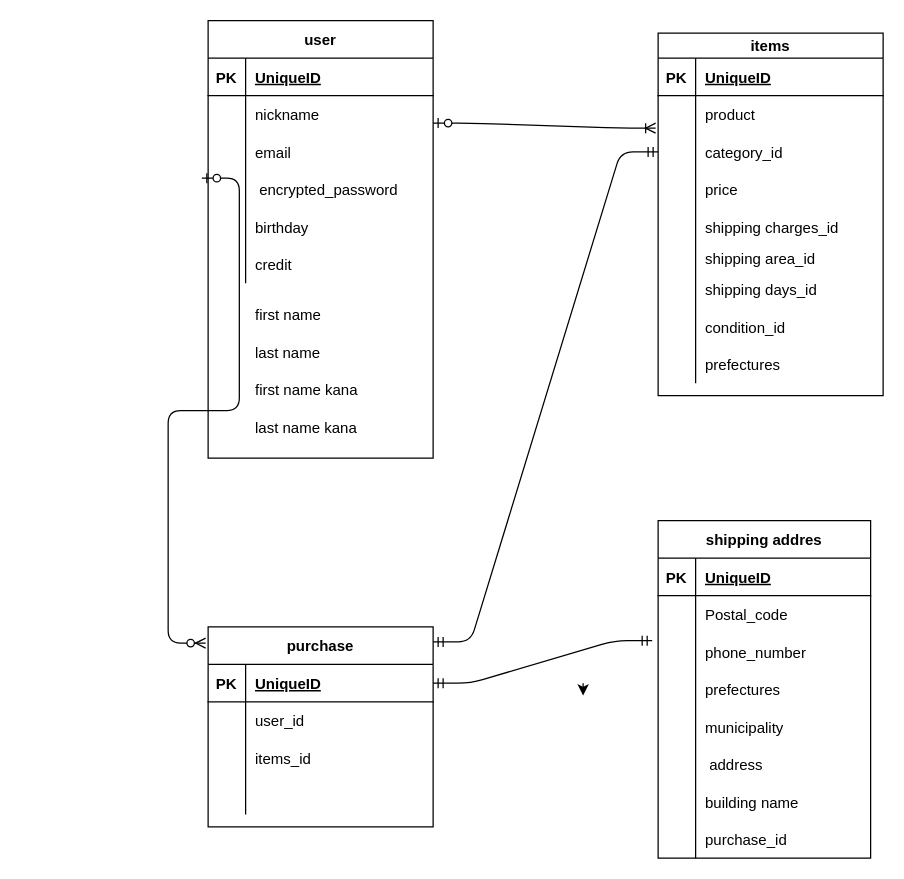
nakayamagenta/furima-35055 keeps this draw.io diagram as test.dio. Above is the earlier version. Source tidied: cells renumbered, new cells numbered last; positions are measured from the earlier drawing's top-left corner, leaving out a move shared by most shapes. Both pictures are drawn from the tidied source at 125%, with x=0, y=0 at pixel (20, 20).
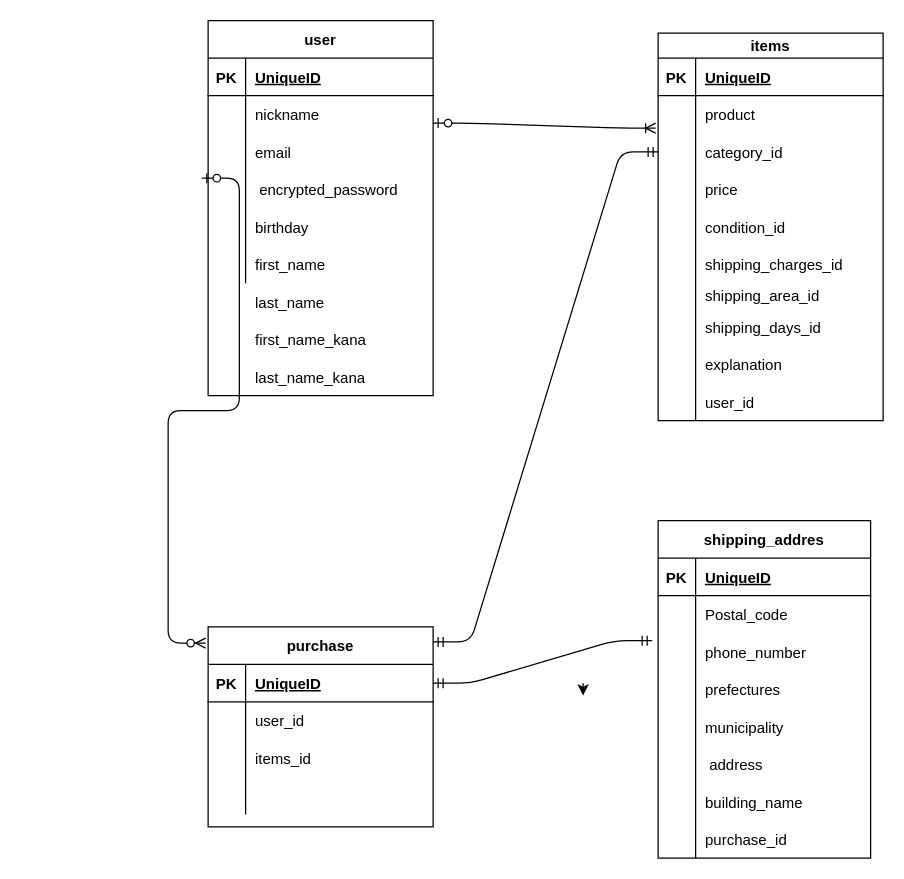
The same diagram, later.

Commit message (it also covers changes not shown here):
データベース設計　修正４

Unchanged cells that the change refers to:
```xml
<mxCell id="27" style="shape=partialRectangle;fillColor=none;top=0;left=0;bottom=0;right=0;" parent="2" vertex="1">
  <mxGeometry y="250" width="180" height="30" as="geometry" />
</mxCell>
<mxCell id="62" style="shape=partialRectangle;fillColor=none;top=0;left=0;bottom=0;right=0;" parent="43" vertex="1">
  <mxGeometry y="210" width="170" height="30" as="geometry" />
</mxCell>
```

Change to the diagram source:
```diff
@@
     <mxCell id="2" value="items" style="shape=table;startSize=20;childLayout=tableLayout;rowLines=0;fontStyle=1;align=center;" parent="1" vertex="1">
-      <mxGeometry x="510" y="10" width="180" height="290" as="geometry" />
+      <mxGeometry x="510" y="10" width="180" height="310" as="geometry" />
     </mxCell>
@@
+    <mxCell id="24" style="shape=partialRectangle;fillColor=none;top=0;left=0;bottom=0;right=0;" parent="2" vertex="1">
+      <mxGeometry y="140" width="180" height="30" as="geometry" />
+    </mxCell>
+    <mxCell id="25" style="shape=partialRectangle;fillColor=none;top=0;left=0;bottom=0;right=0;overflow=hidden;" parent="24" vertex="1">
+      <mxGeometry width="30" height="30" as="geometry" />
+    </mxCell>
+    <mxCell id="26" value="condition_id" style="shape=partialRectangle;fillColor=none;top=0;left=0;bottom=0;right=0;align=left;spacingLeft=6;overflow=hidden;" parent="24" vertex="1">
+      <mxGeometry x="30" width="150" height="30" as="geometry" />
+    </mxCell>
     <mxCell id="15" style="shape=partialRectangle;fillColor=none;top=0;left=0;bottom=0;right=0;" parent="2" vertex="1">
-      <mxGeometry y="140" width="180" height="30" as="geometry" />
+      <mxGeometry y="170" width="180" height="30" as="geometry" />
     </mxCell>
@@
-    <mxCell id="17" value="shipping charges_id" style="shape=partialRectangle;fillColor=none;top=0;left=0;bottom=0;right=0;align=left;spacingLeft=6;overflow=hidden;" parent="15" vertex="1">
+    <mxCell id="17" value="shipping_charges_id" style="shape=partialRectangle;fillColor=none;top=0;left=0;bottom=0;right=0;align=left;spacingLeft=6;overflow=hidden;" parent="15" vertex="1">
       <mxGeometry x="30" width="150" height="30" as="geometry" />
     </mxCell>
     <mxCell id="18" style="shape=partialRectangle;fillColor=none;top=0;left=0;bottom=0;right=0;" parent="2" vertex="1">
-      <mxGeometry y="170" width="180" height="20" as="geometry" />
+      <mxGeometry y="200" width="180" height="20" as="geometry" />
     </mxCell>
@@
-    <mxCell id="20" value="shipping area_id" style="shape=partialRectangle;fillColor=none;top=0;left=0;bottom=0;right=0;align=left;spacingLeft=6;overflow=hidden;" parent="18" vertex="1">
+    <mxCell id="20" value="shipping_area_id" style="shape=partialRectangle;fillColor=none;top=0;left=0;bottom=0;right=0;align=left;spacingLeft=6;overflow=hidden;" parent="18" vertex="1">
       <mxGeometry x="30" width="150" height="20" as="geometry" />
     </mxCell>
     <mxCell id="21" style="shape=partialRectangle;fillColor=none;top=0;left=0;bottom=0;right=0;" parent="2" vertex="1">
-      <mxGeometry y="190" width="180" height="30" as="geometry" />
+      <mxGeometry y="220" width="180" height="30" as="geometry" />
     </mxCell>
@@
-    <mxCell id="23" value="shipping days_id" style="shape=partialRectangle;fillColor=none;top=0;left=0;bottom=0;right=0;align=left;spacingLeft=6;overflow=hidden;" parent="21" vertex="1">
+    <mxCell id="23" value="shipping_days_id" style="shape=partialRectangle;fillColor=none;top=0;left=0;bottom=0;right=0;align=left;spacingLeft=6;overflow=hidden;" parent="21" vertex="1">
       <mxGeometry x="30" width="150" height="30" as="geometry" />
     </mxCell>
-    <mxCell id="24" style="shape=partialRectangle;fillColor=none;top=0;left=0;bottom=0;right=0;" parent="2" vertex="1">
-      <mxGeometry y="220" width="180" height="30" as="geometry" />
-    </mxCell>
-    <mxCell id="25" style="shape=partialRectangle;fillColor=none;top=0;left=0;bottom=0;right=0;overflow=hidden;" parent="24" vertex="1">
-      <mxGeometry width="30" height="30" as="geometry" />
-    </mxCell>
-    <mxCell id="26" value="condition_id" style="shape=partialRectangle;fillColor=none;top=0;left=0;bottom=0;right=0;align=left;spacingLeft=6;overflow=hidden;" parent="24" vertex="1">
-      <mxGeometry x="30" width="150" height="30" as="geometry" />
-    </mxCell>
@@
-    <mxCell id="29" value="prefectures" style="shape=partialRectangle;fillColor=none;top=0;left=0;bottom=0;right=0;align=left;spacingLeft=6;overflow=hidden;" parent="27" vertex="1">
+    <mxCell id="29" value="explanation" style="shape=partialRectangle;fillColor=none;top=0;left=0;bottom=0;right=0;align=left;spacingLeft=6;overflow=hidden;" parent="27" vertex="1">
       <mxGeometry x="30" width="150" height="30" as="geometry" />
     </mxCell>
+    <mxCell id="99" style="shape=partialRectangle;fillColor=none;top=0;left=0;bottom=0;right=0;" parent="2" vertex="1">
+      <mxGeometry y="280" width="180" height="30" as="geometry" />
+    </mxCell>
+    <mxCell id="100" style="shape=partialRectangle;fillColor=none;top=0;left=0;bottom=0;right=0;overflow=hidden;" parent="99" vertex="1">
+      <mxGeometry width="30" height="30" as="geometry" />
+    </mxCell>
+    <mxCell id="101" value="user_id" style="shape=partialRectangle;fillColor=none;top=0;left=0;bottom=0;right=0;align=left;spacingLeft=6;overflow=hidden;" parent="99" vertex="1">
+      <mxGeometry x="30" width="150" height="30" as="geometry" />
+    </mxCell>
@@
-    <mxCell id="43" value="shipping addres" style="shape=table;startSize=30;childLayout=tableLayout;rowLines=0;fontStyle=1;align=center;" parent="1" vertex="1">
+    <mxCell id="43" value="shipping_addres" style="shape=table;startSize=30;childLayout=tableLayout;rowLines=0;fontStyle=1;align=center;" parent="1" vertex="1">
       <mxGeometry x="510" y="400" width="170" height="270" as="geometry" />
     </mxCell>
@@
-    <mxCell id="64" value="building name" style="shape=partialRectangle;fillColor=none;top=0;left=0;bottom=0;right=0;align=left;spacingLeft=6;overflow=hidden;" parent="62" vertex="1">
+    <mxCell id="64" value="building_name" style="shape=partialRectangle;fillColor=none;top=0;left=0;bottom=0;right=0;align=left;spacingLeft=6;overflow=hidden;" parent="62" vertex="1">
       <mxGeometry x="30" width="140" height="30" as="geometry" />
     </mxCell>
@@
     <mxCell id="68" value="user" style="shape=table;startSize=30;childLayout=tableLayout;rowLines=0;fontStyle=1;align=center;" parent="1" vertex="1">
-      <mxGeometry x="150" width="180" height="350" as="geometry" />
+      <mxGeometry x="150" width="180" height="300" as="geometry" />
     </mxCell>
@@
-    <mxCell id="94" value="credit" style="shape=partialRectangle;fillColor=none;top=0;left=0;bottom=0;right=0;align=left;spacingLeft=6;overflow=hidden;" parent="1" vertex="1">
-      <mxGeometry x="180" y="180" width="150" height="30" as="geometry" />
-    </mxCell>
-    <mxCell id="95" value="first name" style="shape=partialRectangle;fillColor=none;top=0;left=0;bottom=0;right=0;align=left;spacingLeft=6;overflow=hidden;" parent="1" vertex="1">
-      <mxGeometry x="180" y="220" width="150" height="30" as="geometry" />
+    <mxCell id="95" value="first_name" style="shape=partialRectangle;fillColor=none;top=0;left=0;bottom=0;right=0;align=left;spacingLeft=6;overflow=hidden;" parent="1" vertex="1">
+      <mxGeometry x="180" y="180" width="150" height="30" as="geometry" />
     </mxCell>
-    <mxCell id="96" value="last name" style="shape=partialRectangle;fillColor=none;top=0;left=0;bottom=0;right=0;align=left;spacingLeft=6;overflow=hidden;" parent="1" vertex="1">
-      <mxGeometry x="180" y="250" width="150" height="30" as="geometry" />
+    <mxCell id="96" value="last_name" style="shape=partialRectangle;fillColor=none;top=0;left=0;bottom=0;right=0;align=left;spacingLeft=6;overflow=hidden;" parent="1" vertex="1">
+      <mxGeometry x="180" y="210" width="150" height="30" as="geometry" />
     </mxCell>
-    <mxCell id="97" value="last name kana" style="shape=partialRectangle;fillColor=none;top=0;left=0;bottom=0;right=0;align=left;spacingLeft=6;overflow=hidden;" parent="1" vertex="1">
-      <mxGeometry x="180" y="310" width="150" height="30" as="geometry" />
+    <mxCell id="97" value="last_name_kana" style="shape=partialRectangle;fillColor=none;top=0;left=0;bottom=0;right=0;align=left;spacingLeft=6;overflow=hidden;" parent="1" vertex="1">
+      <mxGeometry x="180" y="270" width="150" height="30" as="geometry" />
     </mxCell>
-    <mxCell id="98" value="first name kana" style="shape=partialRectangle;fillColor=none;top=0;left=0;bottom=0;right=0;align=left;spacingLeft=6;overflow=hidden;" parent="1" vertex="1">
-      <mxGeometry x="180" y="280" width="150" height="30" as="geometry" />
+    <mxCell id="98" value="first_name_kana" style="shape=partialRectangle;fillColor=none;top=0;left=0;bottom=0;right=0;align=left;spacingLeft=6;overflow=hidden;" parent="1" vertex="1">
+      <mxGeometry x="180" y="240" width="150" height="30" as="geometry" />
     </mxCell>
```
